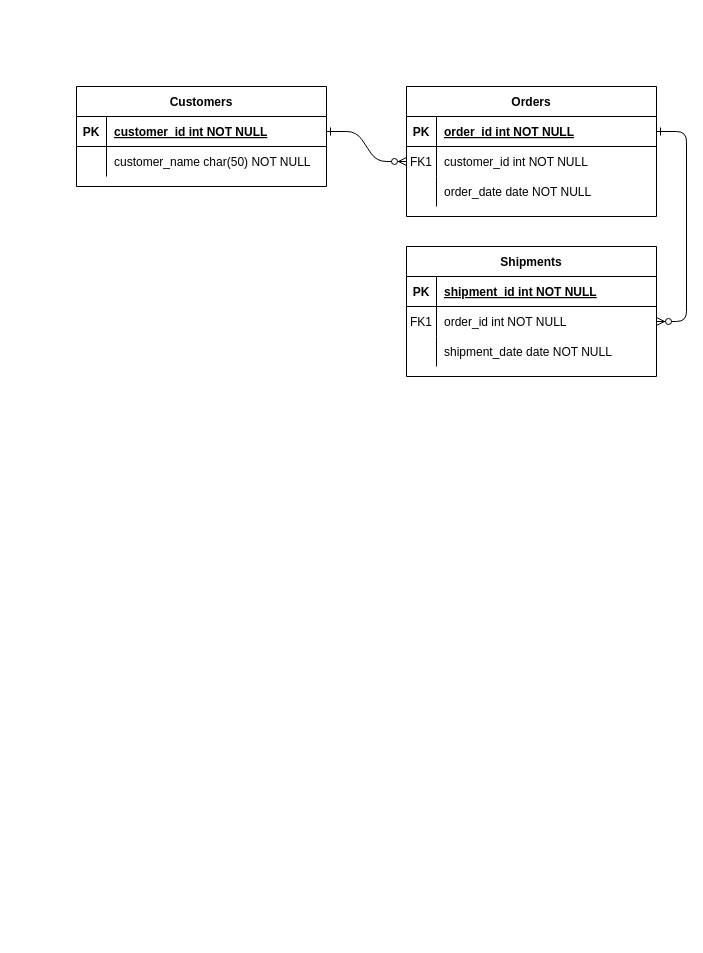
Before: Untitled Diagram.drawio in Awepandarr/POS_System, a draw.io diagram. Source tidied: cells renumbered, new cells numbered last; positions are measured from the earlier drawing's top-left corner, leaving out a move shared by most shapes. Both pictures are drawn from the tidied source at 100%, with x=0, y=0 at pixel (76, 86).
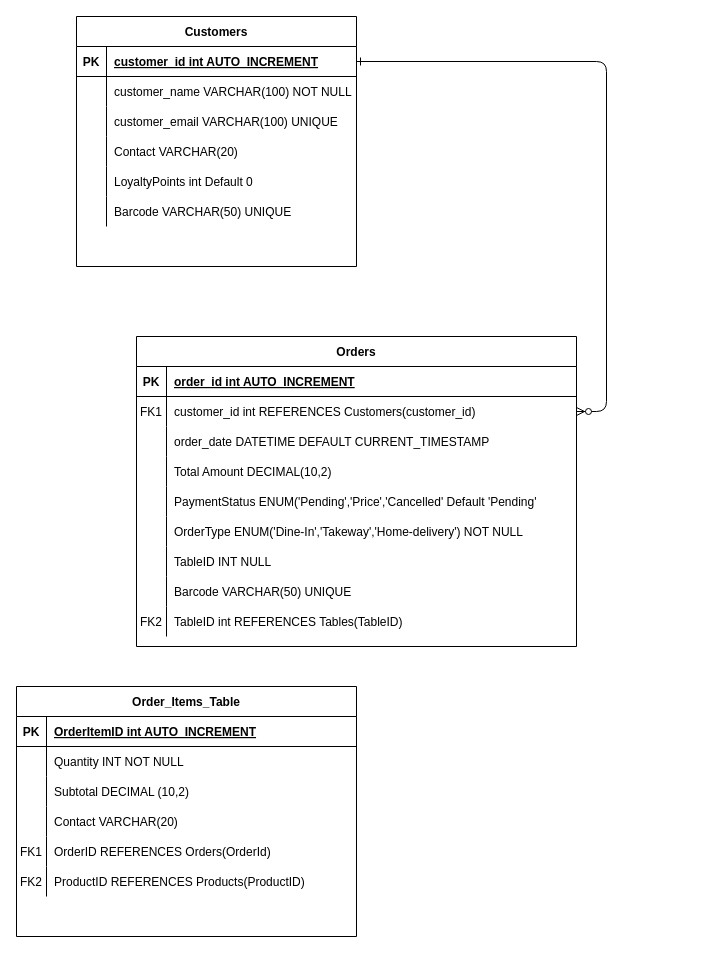
The same diagram, later.

What changed in the source:
```diff
@@
-    <mxCell id="3" style="edgeStyle=entityRelationEdgeStyle;endArrow=ERzeroToMany;startArrow=ERone;endFill=1;startFill=0;" parent="1" edge="1" source="5" target="18">
-      <mxGeometry relative="1" as="geometry" />
-    </mxCell>
+    <mxCell id="24" value="Customers" style="shape=table;startSize=30;childLayout=tableLayout;rowLines=0;fontStyle=1;align=center;" parent="1" vertex="1">
+      <mxGeometry y="-70" width="280" height="250" as="geometry" />
+    </mxCell>
+    <mxCell id="25" style="shape=partialRectangle;fillColor=none;points=[[0,0.5],[1,0.5]];portConstraint=eastwest;top=0;left=0;right=0;bottom=1;" parent="24" vertex="1">
+      <mxGeometry y="30" width="280" height="30" as="geometry" />
+    </mxCell>
+    <mxCell id="26" value="PK" style="shape=partialRectangle;overflow=hidden;fillColor=none;top=0;left=0;bottom=0;right=0;fontStyle=1;" parent="25" vertex="1">
+      <mxGeometry width="30" height="30" as="geometry" />
+    </mxCell>
+    <mxCell id="27" value="customer_id int AUTO_INCREMENT" style="shape=partialRectangle;overflow=hidden;fillColor=none;top=0;left=0;bottom=0;right=0;align=left;spacingLeft=6;fontStyle=5;" parent="25" vertex="1">
+      <mxGeometry x="30" width="250" height="30" as="geometry" />
+    </mxCell>
+    <mxCell id="28" style="shape=partialRectangle;fillColor=none;top=0;left=0;right=0;bottom=0;" parent="24" vertex="1">
+      <mxGeometry y="60" width="280" height="30" as="geometry" />
+    </mxCell>
+    <mxCell id="29" style="shape=partialRectangle;overflow=hidden;fillColor=none;top=0;left=0;bottom=0;right=0;" parent="28" vertex="1">
+      <mxGeometry width="30" height="30" as="geometry" />
+    </mxCell>
+    <mxCell id="30" value="customer_name VARCHAR(100) NOT NULL" style="shape=partialRectangle;overflow=hidden;fillColor=none;top=0;left=0;bottom=0;right=0;align=left;spacingLeft=6;" parent="28" vertex="1">
+      <mxGeometry x="30" width="250" height="30" as="geometry" />
+    </mxCell>
+    <mxCell id="31" style="shape=partialRectangle;fillColor=none;top=0;left=0;right=0;bottom=0;" parent="24" vertex="1">
+      <mxGeometry y="90" width="280" height="30" as="geometry" />
+    </mxCell>
+    <mxCell id="32" style="shape=partialRectangle;overflow=hidden;fillColor=none;top=0;left=0;bottom=0;right=0;" parent="31" vertex="1">
+      <mxGeometry width="30" height="30" as="geometry" />
+    </mxCell>
+    <mxCell id="33" value="customer_email VARCHAR(100) UNIQUE " style="shape=partialRectangle;overflow=hidden;fillColor=none;top=0;left=0;bottom=0;right=0;align=left;spacingLeft=6;" parent="31" vertex="1">
+      <mxGeometry x="30" width="250" height="30" as="geometry" />
+    </mxCell>
+    <mxCell id="34" style="shape=partialRectangle;fillColor=none;top=0;left=0;right=0;bottom=0;" parent="24" vertex="1">
+      <mxGeometry y="120" width="280" height="30" as="geometry" />
+    </mxCell>
+    <mxCell id="35" style="shape=partialRectangle;overflow=hidden;fillColor=none;top=0;left=0;bottom=0;right=0;" parent="34" vertex="1">
+      <mxGeometry width="30" height="30" as="geometry" />
+    </mxCell>
+    <mxCell id="36" value="Contact VARCHAR(20)" style="shape=partialRectangle;overflow=hidden;fillColor=none;top=0;left=0;bottom=0;right=0;align=left;spacingLeft=6;" parent="34" vertex="1">
+      <mxGeometry x="30" width="250" height="30" as="geometry" />
+    </mxCell>
+    <mxCell id="37" style="shape=partialRectangle;fillColor=none;top=0;left=0;right=0;bottom=0;" parent="24" vertex="1">
+      <mxGeometry y="150" width="280" height="30" as="geometry" />
+    </mxCell>
+    <mxCell id="38" style="shape=partialRectangle;overflow=hidden;fillColor=none;top=0;left=0;bottom=0;right=0;" parent="37" vertex="1">
+      <mxGeometry width="30" height="30" as="geometry" />
+    </mxCell>
+    <mxCell id="39" value="LoyaltyPoints int Default 0" style="shape=partialRectangle;overflow=hidden;fillColor=none;top=0;left=0;bottom=0;right=0;align=left;spacingLeft=6;" parent="37" vertex="1">
+      <mxGeometry x="30" width="250" height="30" as="geometry" />
+    </mxCell>
+    <mxCell id="40" style="shape=partialRectangle;fillColor=none;top=0;left=0;right=0;bottom=0;" parent="24" vertex="1">
+      <mxGeometry y="180" width="280" height="30" as="geometry" />
+    </mxCell>
+    <mxCell id="41" style="shape=partialRectangle;overflow=hidden;fillColor=none;top=0;left=0;bottom=0;right=0;" parent="40" vertex="1">
+      <mxGeometry width="30" height="30" as="geometry" />
+    </mxCell>
+    <mxCell id="42" value="Barcode VARCHAR(50) UNIQUE" style="shape=partialRectangle;overflow=hidden;fillColor=none;top=0;left=0;bottom=0;right=0;align=left;spacingLeft=6;" parent="40" vertex="1">
+      <mxGeometry x="30" width="250" height="30" as="geometry" />
+    </mxCell>
     <mxCell id="4" value="Orders" style="shape=table;startSize=30;childLayout=tableLayout;rowLines=0;fontStyle=1;align=center;" parent="1" vertex="1">
-      <mxGeometry x="330" width="250" height="130" as="geometry" />
+      <mxGeometry x="60" y="250" width="440" height="310" as="geometry" />
     </mxCell>
     <mxCell id="5" style="shape=partialRectangle;fillColor=none;points=[[0,0.5],[1,0.5]];portConstraint=eastwest;top=0;left=0;right=0;bottom=1;" parent="4" vertex="1">
-      <mxGeometry y="30" width="250" height="30" as="geometry" />
+      <mxGeometry y="30" width="440" height="30" as="geometry" />
     </mxCell>
@@
-    <mxCell id="7" value="order_id int NOT NULL " style="shape=partialRectangle;overflow=hidden;fillColor=none;top=0;left=0;bottom=0;right=0;align=left;spacingLeft=6;fontStyle=5;" parent="5" vertex="1">
-      <mxGeometry x="30" width="220" height="30" as="geometry" />
+    <mxCell id="7" value="order_id int AUTO_INCREMENT" style="shape=partialRectangle;overflow=hidden;fillColor=none;top=0;left=0;bottom=0;right=0;align=left;spacingLeft=6;fontStyle=5;" parent="5" vertex="1">
+      <mxGeometry x="30" width="410" height="30" as="geometry" />
     </mxCell>
     <mxCell id="8" style="shape=partialRectangle;fillColor=none;points=[[0,0.5],[1,0.5]];portConstraint=eastwest;top=0;left=0;right=0;bottom=0;" parent="4" vertex="1">
-      <mxGeometry y="60" width="250" height="30" as="geometry" />
+      <mxGeometry y="60" width="440" height="30" as="geometry" />
     </mxCell>
@@
-    <mxCell id="10" value="customer_id int NOT NULL" style="shape=partialRectangle;overflow=hidden;fillColor=none;top=0;left=0;bottom=0;right=0;align=left;spacingLeft=6;" parent="8" vertex="1">
-      <mxGeometry x="30" width="220" height="30" as="geometry" />
+    <mxCell id="10" value="customer_id int REFERENCES Customers(customer_id)" style="shape=partialRectangle;overflow=hidden;fillColor=none;top=0;left=0;bottom=0;right=0;align=left;spacingLeft=6;" parent="8" vertex="1">
+      <mxGeometry x="30" width="410" height="30" as="geometry" />
     </mxCell>
     <mxCell id="11" style="shape=partialRectangle;fillColor=none;top=0;left=0;right=0;bottom=0;" parent="4" vertex="1">
-      <mxGeometry y="90" width="250" height="30" as="geometry" />
+      <mxGeometry y="90" width="440" height="30" as="geometry" />
     </mxCell>
@@
-    <mxCell id="13" value="order_date date NOT NULL" style="shape=partialRectangle;overflow=hidden;fillColor=none;top=0;left=0;bottom=0;right=0;align=left;spacingLeft=6;" parent="11" vertex="1">
-      <mxGeometry x="30" width="220" height="30" as="geometry" />
+    <mxCell id="13" value="order_date DATETIME DEFAULT CURRENT_TIMESTAMP" style="shape=partialRectangle;overflow=hidden;fillColor=none;top=0;left=0;bottom=0;right=0;align=left;spacingLeft=6;" parent="11" vertex="1">
+      <mxGeometry x="30" width="410" height="30" as="geometry" />
     </mxCell>
-    <mxCell id="14" value="Shipments" style="shape=table;startSize=30;childLayout=tableLayout;rowLines=0;fontStyle=1;align=center;" parent="1" vertex="1">
-      <mxGeometry x="330" y="160" width="250" height="130" as="geometry" />
-    </mxCell>
-    <mxCell id="15" style="shape=partialRectangle;fillColor=none;top=0;left=0;right=0;bottom=1;" parent="14" vertex="1">
-      <mxGeometry y="30" width="250" height="30" as="geometry" />
-    </mxCell>
+    <mxCell id="43" style="shape=partialRectangle;fillColor=none;top=0;left=0;right=0;bottom=0;" parent="4" vertex="1">
+      <mxGeometry y="120" width="440" height="30" as="geometry" />
+    </mxCell>
+    <mxCell id="44" style="shape=partialRectangle;overflow=hidden;fillColor=none;top=0;left=0;bottom=0;right=0;" parent="43" vertex="1">
+      <mxGeometry width="30" height="30" as="geometry" />
+    </mxCell>
+    <mxCell id="45" value="Total Amount DECIMAL(10,2)" style="shape=partialRectangle;overflow=hidden;fillColor=none;top=0;left=0;bottom=0;right=0;align=left;spacingLeft=6;" parent="43" vertex="1">
+      <mxGeometry x="30" width="410" height="30" as="geometry" />
+    </mxCell>
+    <mxCell id="46" style="shape=partialRectangle;fillColor=none;top=0;left=0;right=0;bottom=0;" parent="4" vertex="1">
+      <mxGeometry y="150" width="440" height="30" as="geometry" />
+    </mxCell>
+    <mxCell id="47" style="shape=partialRectangle;overflow=hidden;fillColor=none;top=0;left=0;bottom=0;right=0;" parent="46" vertex="1">
+      <mxGeometry width="30" height="30" as="geometry" />
+    </mxCell>
+    <mxCell id="48" value="PaymentStatus ENUM('Pending','Price','Cancelled' Default 'Pending'" style="shape=partialRectangle;overflow=hidden;fillColor=none;top=0;left=0;bottom=0;right=0;align=left;spacingLeft=6;" parent="46" vertex="1">
+      <mxGeometry x="30" width="410" height="30" as="geometry" />
+    </mxCell>
+    <mxCell id="49" style="shape=partialRectangle;fillColor=none;top=0;left=0;right=0;bottom=0;" parent="4" vertex="1">
+      <mxGeometry y="180" width="440" height="30" as="geometry" />
+    </mxCell>
+    <mxCell id="50" style="shape=partialRectangle;overflow=hidden;fillColor=none;top=0;left=0;bottom=0;right=0;" parent="49" vertex="1">
+      <mxGeometry width="30" height="30" as="geometry" />
+    </mxCell>
+    <mxCell id="51" value="OrderType ENUM('Dine-In','Takeway','Home-delivery') NOT NULL" style="shape=partialRectangle;overflow=hidden;fillColor=none;top=0;left=0;bottom=0;right=0;align=left;spacingLeft=6;" parent="49" vertex="1">
+      <mxGeometry x="30" width="410" height="30" as="geometry" />
+    </mxCell>
+    <mxCell id="52" style="shape=partialRectangle;fillColor=none;top=0;left=0;right=0;bottom=0;" parent="4" vertex="1">
+      <mxGeometry y="210" width="440" height="30" as="geometry" />
+    </mxCell>
+    <mxCell id="53" style="shape=partialRectangle;overflow=hidden;fillColor=none;top=0;left=0;bottom=0;right=0;" parent="52" vertex="1">
+      <mxGeometry width="30" height="30" as="geometry" />
+    </mxCell>
+    <mxCell id="54" value="TableID INT NULL" style="shape=partialRectangle;overflow=hidden;fillColor=none;top=0;left=0;bottom=0;right=0;align=left;spacingLeft=6;" parent="52" vertex="1">
+      <mxGeometry x="30" width="410" height="30" as="geometry" />
+    </mxCell>
+    <mxCell id="55" style="shape=partialRectangle;fillColor=none;top=0;left=0;right=0;bottom=0;" parent="4" vertex="1">
+      <mxGeometry y="240" width="440" height="30" as="geometry" />
+    </mxCell>
+    <mxCell id="56" style="shape=partialRectangle;overflow=hidden;fillColor=none;top=0;left=0;bottom=0;right=0;" parent="55" vertex="1">
+      <mxGeometry width="30" height="30" as="geometry" />
+    </mxCell>
+    <mxCell id="57" value="Barcode VARCHAR(50) UNIQUE" style="shape=partialRectangle;overflow=hidden;fillColor=none;top=0;left=0;bottom=0;right=0;align=left;spacingLeft=6;" parent="55" vertex="1">
+      <mxGeometry x="30" width="410" height="30" as="geometry" />
+    </mxCell>
+    <mxCell id="58" style="shape=partialRectangle;fillColor=none;top=0;left=0;right=0;bottom=0;" parent="4" vertex="1">
+      <mxGeometry y="270" width="440" height="30" as="geometry" />
+    </mxCell>
+    <mxCell id="59" value="FK2" style="shape=partialRectangle;overflow=hidden;fillColor=none;top=0;left=0;bottom=0;right=0;" parent="58" vertex="1">
+      <mxGeometry width="30" height="30" as="geometry" />
+    </mxCell>
+    <mxCell id="60" value="TableID int REFERENCES Tables(TableID) " style="shape=partialRectangle;overflow=hidden;fillColor=none;top=0;left=0;bottom=0;right=0;align=left;spacingLeft=6;" parent="58" vertex="1">
+      <mxGeometry x="30" width="410" height="30" as="geometry" />
+    </mxCell>
+    <mxCell id="61" value="Order_Items_Table" style="shape=table;startSize=30;childLayout=tableLayout;rowLines=0;fontStyle=1;align=center;" parent="1" vertex="1">
+      <mxGeometry x="-60" y="600" width="340" height="250" as="geometry" />
+    </mxCell>
+    <mxCell id="62" style="shape=partialRectangle;fillColor=none;top=0;left=0;right=0;bottom=1;" parent="61" vertex="1">
+      <mxGeometry y="30" width="340" height="30" as="geometry" />
+    </mxCell>
-    <mxCell id="16" value="PK" style="shape=partialRectangle;overflow=hidden;fillColor=none;top=0;left=0;bottom=0;right=0;fontStyle=1;" parent="15" vertex="1">
+    <mxCell id="16" value="PK" style="shape=partialRectangle;overflow=hidden;fillColor=none;top=0;left=0;bottom=0;right=0;fontStyle=1;" parent="62" vertex="1">
       <mxGeometry width="30" height="30" as="geometry" />
     </mxCell>
-    <mxCell id="17" value="shipment_id int NOT NULL " style="shape=partialRectangle;overflow=hidden;fillColor=none;top=0;left=0;bottom=0;right=0;align=left;spacingLeft=6;fontStyle=5;" parent="15" vertex="1">
-      <mxGeometry x="30" width="220" height="30" as="geometry" />
-    </mxCell>
-    <mxCell id="18" style="shape=partialRectangle;fillColor=none;points=[[0,0.5],[1,0.5]];portConstraint=eastwest;top=0;left=0;right=0;bottom=0;" parent="14" vertex="1">
-      <mxGeometry y="60" width="250" height="30" as="geometry" />
-    </mxCell>
+    <mxCell id="63" value="OrderItemID int AUTO_INCREMENT" style="shape=partialRectangle;overflow=hidden;fillColor=none;top=0;left=0;bottom=0;right=0;align=left;spacingLeft=6;fontStyle=5;" parent="62" vertex="1">
+      <mxGeometry x="30" width="310" height="30" as="geometry" />
+    </mxCell>
+    <mxCell id="64" style="shape=partialRectangle;fillColor=none;top=0;left=0;right=0;bottom=0;" parent="61" vertex="1">
+      <mxGeometry y="60" width="340" height="30" as="geometry" />
+    </mxCell>
+    <mxCell id="65" style="shape=partialRectangle;overflow=hidden;fillColor=none;top=0;left=0;bottom=0;right=0;" parent="64" vertex="1">
+      <mxGeometry width="30" height="30" as="geometry" />
+    </mxCell>
+    <mxCell id="66" value="Quantity INT NOT NULL" style="shape=partialRectangle;overflow=hidden;fillColor=none;top=0;left=0;bottom=0;right=0;align=left;spacingLeft=6;" parent="64" vertex="1">
+      <mxGeometry x="30" width="310" height="30" as="geometry" />
+    </mxCell>
+    <mxCell id="67" style="shape=partialRectangle;fillColor=none;top=0;left=0;right=0;bottom=0;" parent="61" vertex="1">
+      <mxGeometry y="90" width="340" height="30" as="geometry" />
+    </mxCell>
+    <mxCell id="68" style="shape=partialRectangle;overflow=hidden;fillColor=none;top=0;left=0;bottom=0;right=0;" parent="67" vertex="1">
+      <mxGeometry width="30" height="30" as="geometry" />
+    </mxCell>
+    <mxCell id="69" value="Subtotal DECIMAL (10,2)" style="shape=partialRectangle;overflow=hidden;fillColor=none;top=0;left=0;bottom=0;right=0;align=left;spacingLeft=6;" parent="67" vertex="1">
+      <mxGeometry x="30" width="310" height="30" as="geometry" />
+    </mxCell>
+    <mxCell id="70" style="shape=partialRectangle;fillColor=none;top=0;left=0;right=0;bottom=0;" parent="61" vertex="1">
+      <mxGeometry y="120" width="340" height="30" as="geometry" />
+    </mxCell>
+    <mxCell id="71" style="shape=partialRectangle;overflow=hidden;fillColor=none;top=0;left=0;bottom=0;right=0;" parent="70" vertex="1">
+      <mxGeometry width="30" height="30" as="geometry" />
+    </mxCell>
+    <mxCell id="72" value="Contact VARCHAR(20)" style="shape=partialRectangle;overflow=hidden;fillColor=none;top=0;left=0;bottom=0;right=0;align=left;spacingLeft=6;" parent="70" vertex="1">
+      <mxGeometry x="30" width="310" height="30" as="geometry" />
+    </mxCell>
+    <mxCell id="73" style="shape=partialRectangle;fillColor=none;top=0;left=0;right=0;bottom=0;" parent="61" vertex="1">
+      <mxGeometry y="150" width="340" height="30" as="geometry" />
+    </mxCell>
-    <mxCell id="19" value="FK1" style="shape=partialRectangle;overflow=hidden;fillColor=none;top=0;left=0;bottom=0;right=0;" parent="18" vertex="1">
+    <mxCell id="19" value="FK1" style="shape=partialRectangle;overflow=hidden;fillColor=none;top=0;left=0;bottom=0;right=0;" parent="73" vertex="1">
       <mxGeometry width="30" height="30" as="geometry" />
     </mxCell>
-    <mxCell id="20" value="order_id int NOT NULL" style="shape=partialRectangle;overflow=hidden;fillColor=none;top=0;left=0;bottom=0;right=0;align=left;spacingLeft=6;" parent="18" vertex="1">
-      <mxGeometry x="30" width="220" height="30" as="geometry" />
-    </mxCell>
-    <mxCell id="21" style="shape=partialRectangle;fillColor=none;top=0;left=0;right=0;bottom=0;" parent="14" vertex="1">
-      <mxGeometry y="90" width="250" height="30" as="geometry" />
-    </mxCell>
-    <mxCell id="22" style="shape=partialRectangle;overflow=hidden;fillColor=none;top=0;left=0;bottom=0;right=0;" parent="21" vertex="1">
-      <mxGeometry width="30" height="30" as="geometry" />
-    </mxCell>
-    <mxCell id="23" value="shipment_date date NOT NULL" style="shape=partialRectangle;overflow=hidden;fillColor=none;top=0;left=0;bottom=0;right=0;align=left;spacingLeft=6;" parent="21" vertex="1">
-      <mxGeometry x="30" width="220" height="30" as="geometry" />
-    </mxCell>
-    <mxCell id="24" value="Customers" style="shape=table;startSize=30;childLayout=tableLayout;rowLines=0;fontStyle=1;align=center;" parent="1" vertex="1">
-      <mxGeometry width="250" height="100" as="geometry" />
-    </mxCell>
-    <mxCell id="25" style="shape=partialRectangle;fillColor=none;points=[[0,0.5],[1,0.5]];portConstraint=eastwest;top=0;left=0;right=0;bottom=1;" parent="24" vertex="1">
-      <mxGeometry y="30" width="250" height="30" as="geometry" />
-    </mxCell>
-    <mxCell id="26" value="PK" style="shape=partialRectangle;overflow=hidden;fillColor=none;top=0;left=0;bottom=0;right=0;fontStyle=1;" parent="25" vertex="1">
-      <mxGeometry width="30" height="30" as="geometry" />
-    </mxCell>
-    <mxCell id="27" value="customer_id int NOT NULL " style="shape=partialRectangle;overflow=hidden;fillColor=none;top=0;left=0;bottom=0;right=0;align=left;spacingLeft=6;fontStyle=5;" parent="25" vertex="1">
-      <mxGeometry x="30" width="220" height="30" as="geometry" />
-    </mxCell>
-    <mxCell id="28" style="shape=partialRectangle;fillColor=none;top=0;left=0;right=0;bottom=0;" parent="24" vertex="1">
-      <mxGeometry y="60" width="250" height="30" as="geometry" />
-    </mxCell>
-    <mxCell id="29" style="shape=partialRectangle;overflow=hidden;fillColor=none;top=0;left=0;bottom=0;right=0;" parent="28" vertex="1">
-      <mxGeometry width="30" height="30" as="geometry" />
-    </mxCell>
-    <mxCell id="30" value="customer_name char(50) NOT NULL" style="shape=partialRectangle;overflow=hidden;fillColor=none;top=0;left=0;bottom=0;right=0;align=left;spacingLeft=6;" parent="28" vertex="1">
-      <mxGeometry x="30" width="220" height="30" as="geometry" />
-    </mxCell>
+    <mxCell id="74" value="OrderID REFERENCES Orders(OrderId)" style="shape=partialRectangle;overflow=hidden;fillColor=none;top=0;left=0;bottom=0;right=0;align=left;spacingLeft=6;" parent="73" vertex="1">
+      <mxGeometry x="30" width="310" height="30" as="geometry" />
+    </mxCell>
+    <mxCell id="75" style="shape=partialRectangle;fillColor=none;top=0;left=0;right=0;bottom=0;" parent="61" vertex="1">
+      <mxGeometry y="180" width="340" height="30" as="geometry" />
+    </mxCell>
+    <mxCell id="76" value="FK2" style="shape=partialRectangle;overflow=hidden;fillColor=none;top=0;left=0;bottom=0;right=0;" parent="75" vertex="1">
+      <mxGeometry width="30" height="30" as="geometry" />
+    </mxCell>
+    <mxCell id="77" value="ProductID REFERENCES Products(ProductID)" style="shape=partialRectangle;overflow=hidden;fillColor=none;top=0;left=0;bottom=0;right=0;align=left;spacingLeft=6;" parent="75" vertex="1">
+      <mxGeometry x="30" width="310" height="30" as="geometry" />
+    </mxCell>
```
